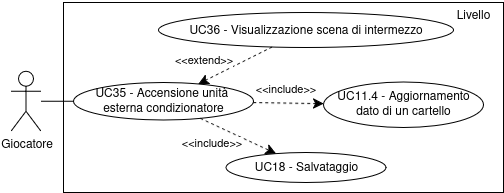
Earlier version of the draw.io export images/usecase/uc-ac.png (fliposab/UnipdThesis). Source tidied: cells renumbered, new cells last; positions are measured from the earlier drawing's top-left corner, leaving out a move shared by most shapes. Its diagram source:
```xml
<mxGraphModel>
  <root>
    <mxCell id="0" />
    <mxCell id="1" parent="0" />
    <mxCell id="2" value="Giocatore" style="shape=umlActor;verticalLabelPosition=bottom;verticalAlign=top;html=1;outlineConnect=0;" parent="1" vertex="1">
      <mxGeometry x="-0.5" y="70.8" width="30" height="60" as="geometry" />
    </mxCell>
    <mxCell id="3" style="rounded=0;whiteSpace=wrap;html=1;gradientColor=none;" parent="1" vertex="1">
      <mxGeometry x="52" y="2" width="440" height="190" as="geometry" />
    </mxCell>
    <mxCell id="4" value="Livello" style="text;html=1;align=center;verticalAlign=middle;whiteSpace=wrap;rounded=0;" parent="1" vertex="1">
      <mxGeometry x="432" y="-0.5" width="60" height="30" as="geometry" />
    </mxCell>
    <mxCell id="5" value="&lt;div&gt;UC35 - Accensione unità&amp;nbsp;&lt;/div&gt;&lt;div&gt;esterna condizionatore&lt;/div&gt;" style="ellipse;whiteSpace=wrap;html=1;" parent="1" vertex="1">
      <mxGeometry x="62" y="82" width="180" height="37.5" as="geometry" />
    </mxCell>
    <mxCell id="6" style="rounded=0;jettySize=auto;html=1;endArrow=none;startFill=0;" parent="1" edge="1" source="2" target="5">
      <mxGeometry relative="1" as="geometry" />
    </mxCell>
    <mxCell id="7" value="UC36 - Visualizzazione scena di intermezzo" style="ellipse;whiteSpace=wrap;html=1;" parent="1" vertex="1">
      <mxGeometry x="147" y="12" width="295" height="35" as="geometry" />
    </mxCell>
    <mxCell id="8" style="rounded=0;jettySize=auto;html=1;endArrow=classic;endFill=1;endSize=8;dashed=1;startArrow=none;startFill=0;" parent="1" edge="1" source="7" target="5">
      <mxGeometry relative="1" as="geometry" />
    </mxCell>
    <mxCell id="9" value="&amp;lt;&amp;lt;extend&amp;gt;&amp;gt;" style="edgeLabel;html=1;align=center;verticalAlign=middle;" parent="8" vertex="1">
      <mxGeometry x="0.12" y="-1" relative="1" as="geometry">
        <mxPoint x="-27" y="-7" as="offset" />
      </mxGeometry>
    </mxCell>
    <mxCell id="10" value="&lt;div&gt;UC11.4 - Aggiornamento&lt;/div&gt;&lt;div&gt;dato di un cartello&lt;/div&gt;" style="ellipse;whiteSpace=wrap;html=1;" parent="1" vertex="1">
      <mxGeometry x="312" y="81.5" width="160" height="45.5" as="geometry" />
    </mxCell>
    <mxCell id="11" style="rounded=0;jettySize=auto;html=1;endArrow=classic;endFill=1;endSize=8;dashed=1;startArrow=none;startFill=0;" parent="1" edge="1" source="5" target="10">
      <mxGeometry relative="1" as="geometry" />
    </mxCell>
    <mxCell id="12" value="&amp;lt;&amp;lt;include&amp;gt;&amp;gt;" style="edgeLabel;html=1;align=center;verticalAlign=middle;" parent="11" vertex="1">
      <mxGeometry x="0.12" y="-1" relative="1" as="geometry">
        <mxPoint x="-7" y="-15" as="offset" />
      </mxGeometry>
    </mxCell>
    <mxCell id="13" value="UC18 - Salvataggio" style="ellipse;whiteSpace=wrap;html=1;" parent="1" vertex="1">
      <mxGeometry x="214.5" y="152" width="160" height="30" as="geometry" />
    </mxCell>
    <mxCell id="14" style="rounded=0;jettySize=auto;html=1;endArrow=classic;endFill=1;endSize=8;dashed=1;startArrow=none;startFill=0;" parent="1" edge="1" source="5" target="13">
      <mxGeometry relative="1" as="geometry" />
    </mxCell>
    <mxCell id="15" value="&amp;lt;&amp;lt;include&amp;gt;&amp;gt;" style="edgeLabel;html=1;align=center;verticalAlign=middle;" parent="14" vertex="1">
      <mxGeometry x="0.12" y="-1" relative="1" as="geometry">
        <mxPoint x="-31" y="4" as="offset" />
      </mxGeometry>
    </mxCell>
  </root>
</mxGraphModel>
```
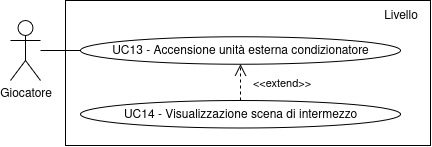
The same diagram one commit later.

Diff of the diagram source:
```diff
@@ -2,53 +2,31 @@
   <root>
     <mxCell id="0" />
     <mxCell id="1" parent="0" />
-    <mxCell id="2" value="Giocatore" style="shape=umlActor;verticalLabelPosition=bottom;verticalAlign=top;html=1;outlineConnect=0;" parent="1" vertex="1">
-      <mxGeometry x="-0.5" y="70.8" width="30" height="60" as="geometry" />
+    <mxCell id="2" style="rounded=0;whiteSpace=wrap;html=1;" parent="1" vertex="1">
+      <mxGeometry x="-1283" y="-1013" width="365" height="145" as="geometry" />
     </mxCell>
-    <mxCell id="3" style="rounded=0;whiteSpace=wrap;html=1;gradientColor=none;" parent="1" vertex="1">
-      <mxGeometry x="52" y="2" width="440" height="190" as="geometry" />
+    <mxCell id="3" style="rounded=0;jettySize=auto;html=1;endArrow=none;endFill=0;" parent="1" edge="1" source="4" target="5">
+      <mxGeometry relative="1" as="geometry" />
     </mxCell>
-    <mxCell id="4" value="Livello" style="text;html=1;align=center;verticalAlign=middle;whiteSpace=wrap;rounded=0;" parent="1" vertex="1">
-      <mxGeometry x="432" y="-0.5" width="60" height="30" as="geometry" />
+    <mxCell id="4" value="&lt;div&gt;Giocatore&lt;/div&gt;" style="shape=umlActor;verticalLabelPosition=bottom;verticalAlign=top;html=1;outlineConnect=0;" parent="1" vertex="1">
+      <mxGeometry x="-1338" y="-993" width="30" height="60" as="geometry" />
     </mxCell>
-    <mxCell id="5" value="&lt;div&gt;UC35 - Accensione unità&amp;nbsp;&lt;/div&gt;&lt;div&gt;esterna condizionatore&lt;/div&gt;" style="ellipse;whiteSpace=wrap;html=1;" parent="1" vertex="1">
-      <mxGeometry x="62" y="82" width="180" height="37.5" as="geometry" />
+    <mxCell id="5" value="UC13 - Accensione unità esterna condizionatore" style="ellipse;whiteSpace=wrap;html=1;" parent="1" vertex="1">
+      <mxGeometry x="-1268" y="-976.8" width="320" height="27.5" as="geometry" />
     </mxCell>
-    <mxCell id="6" style="rounded=0;jettySize=auto;html=1;endArrow=none;startFill=0;" parent="1" edge="1" source="2" target="5">
-      <mxGeometry relative="1" as="geometry" />
+    <mxCell id="6" value="Livello" style="text;html=1;align=center;verticalAlign=middle;strokeColor=none;fillColor=none;" parent="1" vertex="1">
+      <mxGeometry x="-978" y="-1013" width="60" height="30" as="geometry" />
     </mxCell>
-    <mxCell id="7" value="UC36 - Visualizzazione scena di intermezzo" style="ellipse;whiteSpace=wrap;html=1;" parent="1" vertex="1">
-      <mxGeometry x="147" y="12" width="295" height="35" as="geometry" />
+    <mxCell id="7" value="UC14 - Visualizzazione scena di intermezzo" style="ellipse;whiteSpace=wrap;html=1;" parent="1" vertex="1">
+      <mxGeometry x="-1268" y="-913" width="320" height="27.5" as="geometry" />
     </mxCell>
-    <mxCell id="8" style="rounded=0;jettySize=auto;html=1;endArrow=classic;endFill=1;endSize=8;dashed=1;startArrow=none;startFill=0;" parent="1" edge="1" source="7" target="5">
+    <mxCell id="8" style="rounded=0;jettySize=auto;html=1;endArrow=open;endFill=0;endSize=10;dashed=1;" parent="1" edge="1" source="7" target="5">
       <mxGeometry relative="1" as="geometry" />
     </mxCell>
     <mxCell id="9" value="&amp;lt;&amp;lt;extend&amp;gt;&amp;gt;" style="edgeLabel;html=1;align=center;verticalAlign=middle;" parent="8" vertex="1">
-      <mxGeometry x="0.12" y="-1" relative="1" as="geometry">
-        <mxPoint x="-27" y="-7" as="offset" />
+      <mxGeometry x="-0.2" y="3" relative="1" as="geometry">
+        <mxPoint x="43" y="-3" as="offset" />
       </mxGeometry>
     </mxCell>
-    <mxCell id="10" value="&lt;div&gt;UC11.4 - Aggiornamento&lt;/div&gt;&lt;div&gt;dato di un cartello&lt;/div&gt;" style="ellipse;whiteSpace=wrap;html=1;" parent="1" vertex="1">
-      <mxGeometry x="312" y="81.5" width="160" height="45.5" as="geometry" />
-    </mxCell>
-    <mxCell id="11" style="rounded=0;jettySize=auto;html=1;endArrow=classic;endFill=1;endSize=8;dashed=1;startArrow=none;startFill=0;" parent="1" edge="1" source="5" target="10">
-      <mxGeometry relative="1" as="geometry" />
-    </mxCell>
-    <mxCell id="12" value="&amp;lt;&amp;lt;include&amp;gt;&amp;gt;" style="edgeLabel;html=1;align=center;verticalAlign=middle;" parent="11" vertex="1">
-      <mxGeometry x="0.12" y="-1" relative="1" as="geometry">
-        <mxPoint x="-7" y="-15" as="offset" />
-      </mxGeometry>
-    </mxCell>
-    <mxCell id="13" value="UC18 - Salvataggio" style="ellipse;whiteSpace=wrap;html=1;" parent="1" vertex="1">
-      <mxGeometry x="214.5" y="152" width="160" height="30" as="geometry" />
-    </mxCell>
-    <mxCell id="14" style="rounded=0;jettySize=auto;html=1;endArrow=classic;endFill=1;endSize=8;dashed=1;startArrow=none;startFill=0;" parent="1" edge="1" source="5" target="13">
-      <mxGeometry relative="1" as="geometry" />
-    </mxCell>
-    <mxCell id="15" value="&amp;lt;&amp;lt;include&amp;gt;&amp;gt;" style="edgeLabel;html=1;align=center;verticalAlign=middle;" parent="14" vertex="1">
-      <mxGeometry x="0.12" y="-1" relative="1" as="geometry">
-        <mxPoint x="-31" y="4" as="offset" />
-      </mxGeometry>
-    </mxCell>
   </root>
 </mxGraphModel>
```
